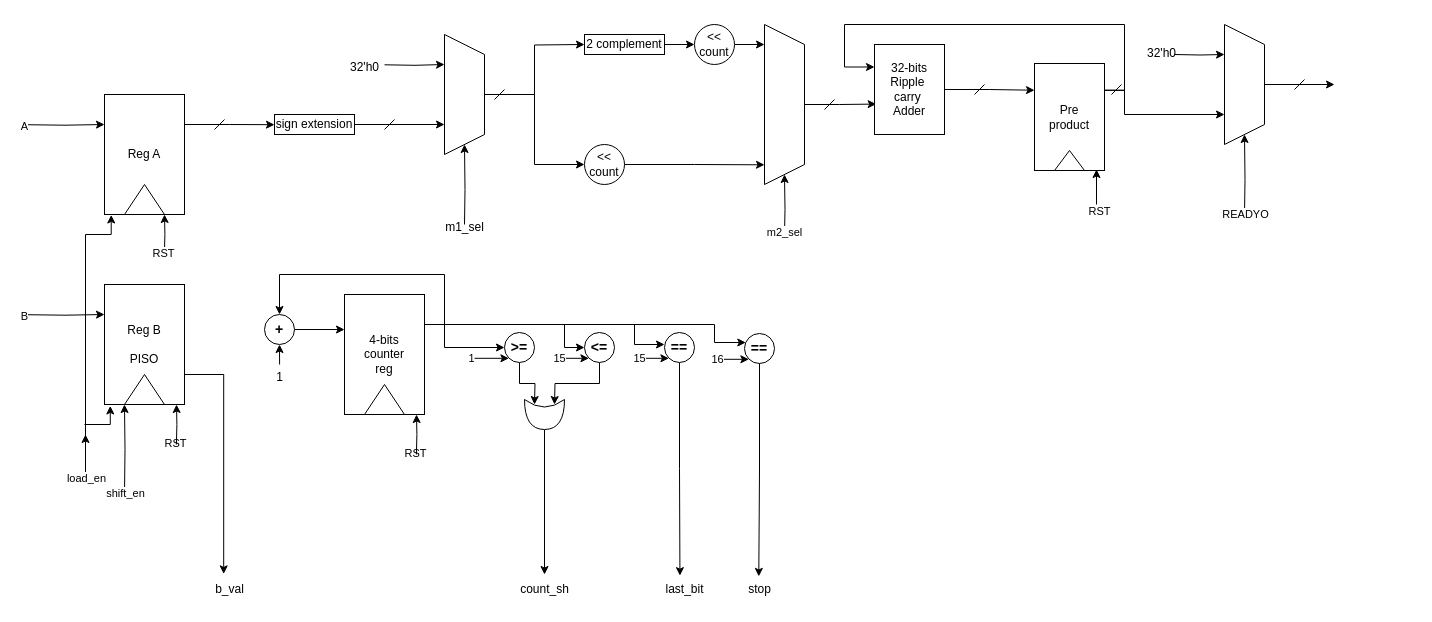
Before: page "data-path" (2 of 3) of Moazzam/doc/Untitled Diagram.drawio in medsuet/Xcelerium-IC-Design-Training, a draw.io diagram. Source tidied: cells renumbered, new cells numbered last; positions are measured from the earlier drawing's top-left corner, leaving out a move shared by most shapes. Both pictures are drawn from the tidied source at 100%, with x=0, y=0 at pixel (24, 24).
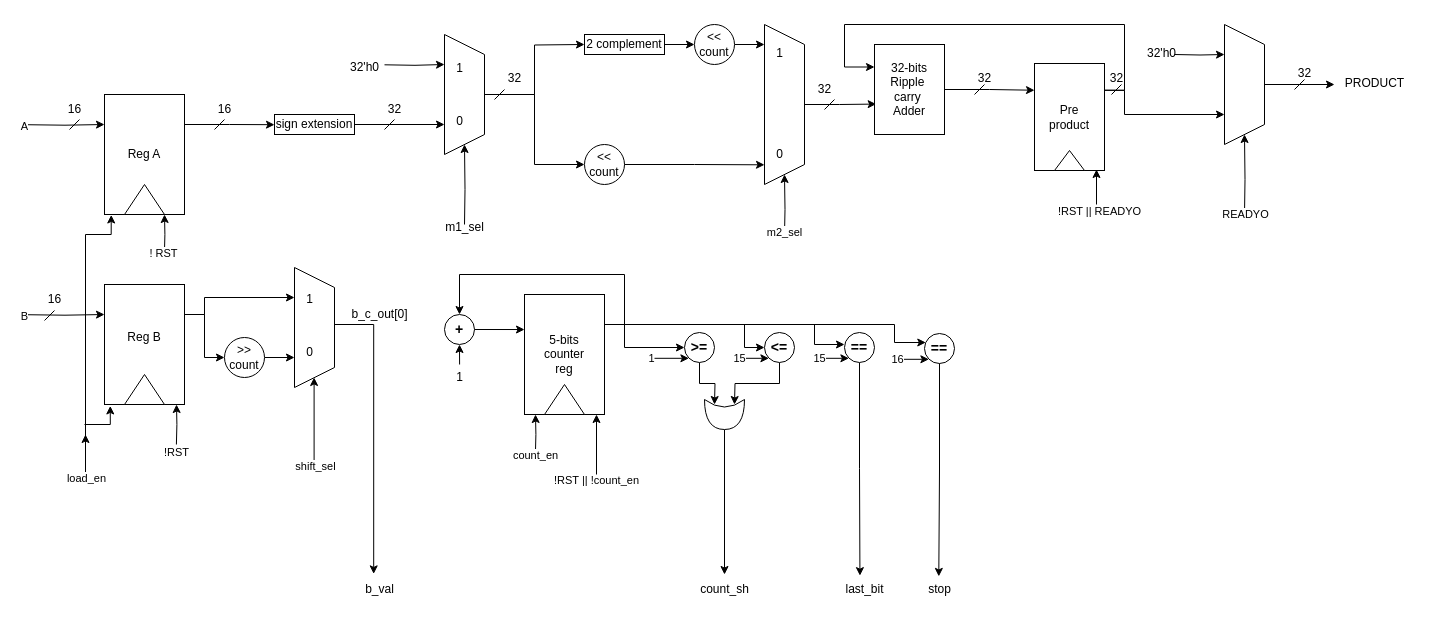
After the change.

Unchanged cells that the change refers to:
```xml
<mxCell id="84" style="endArrow=classic;html=1;rounded=0;" parent="1" edge="1">
  <mxGeometry relative="1" as="geometry">
    <mxPoint x="61" y="450" as="sourcePoint" />
    <mxPoint x="61" y="410" as="targetPoint" />
  </mxGeometry>
</mxCell>
```

The edit, as a diff of the source:
```diff
@@
-    <mxCell id="8" style="edgeStyle=orthogonalEdgeStyle;rounded=0;jettySize=auto;html=1;exitX=1;exitY=0.75;exitDx=0;exitDy=0;entryX=0.384;entryY=-0.02;entryDx=0;entryDy=0;entryPerimeter=0;" parent="1" edge="1" source="11" target="83">
-      <mxGeometry relative="1" as="geometry" />
+    <mxCell id="8" style="edgeStyle=orthogonalEdgeStyle;rounded=0;jettySize=auto;html=1;entryX=0.384;entryY=-0.02;entryDx=0;entryDy=0;entryPerimeter=0;exitX=0.5;exitY=0;exitDx=0;exitDy=0;" parent="1" edge="1" source="103" target="83">
+      <mxGeometry relative="1" as="geometry">
+        <Array as="points">
+          <mxPoint x="310" y="300" />
+          <mxPoint x="350" y="300" />
+          <mxPoint x="350" y="549" />
+        </Array>
+      </mxGeometry>
     </mxCell>
@@
-    <mxCell id="10" style="edgeStyle=orthogonalEdgeStyle;rounded=0;jettySize=auto;html=1;entryX=0.25;entryY=1;entryDx=0;entryDy=0;" parent="1" edge="1" target="11">
+    <mxCell id="10" style="edgeStyle=orthogonalEdgeStyle;rounded=0;orthogonalLoop=1;jettySize=auto;html=1;entryX=0.25;entryY=1;entryDx=0;entryDy=0;" parent="1" edge="1">
       <mxGeometry relative="1" as="geometry">
-        <mxPoint x="100" y="470" as="sourcePoint" />
+        <mxPoint x="289.6" y="443" as="sourcePoint" />
+        <mxPoint x="289.6" y="353" as="targetPoint" />
       </mxGeometry>
     </mxCell>
+    <mxCell id="97" style="edgeStyle=orthogonalEdgeStyle;rounded=0;jettySize=auto;html=1;exitX=1;exitY=0.25;exitDx=0;exitDy=0;entryX=0;entryY=0.5;entryDx=0;entryDy=0;" parent="1" edge="1" source="11" target="102">
+      <mxGeometry relative="1" as="geometry" />
+    </mxCell>
+    <mxCell id="98" style="edgeStyle=orthogonalEdgeStyle;rounded=0;jettySize=auto;html=1;exitX=1;exitY=0.25;exitDx=0;exitDy=0;entryX=0.25;entryY=1;entryDx=0;entryDy=0;" parent="1" edge="1" source="11" target="103">
+      <mxGeometry relative="1" as="geometry">
+        <Array as="points">
+          <mxPoint x="180" y="290" />
+          <mxPoint x="180" y="273" />
+        </Array>
+      </mxGeometry>
+    </mxCell>
-    <mxCell id="11" value="Reg B&lt;div&gt;&lt;br&gt;&lt;/div&gt;&lt;div&gt;PISO&lt;/div&gt;" style="rounded=0;whiteSpace=wrap;html=1;" parent="1" vertex="1">
+    <mxCell id="11" value="Reg B&lt;div&gt;&lt;br&gt;&lt;/div&gt;" style="rounded=0;whiteSpace=wrap;html=1;" parent="1" vertex="1">
       <mxGeometry x="80" y="260" width="80" height="120" as="geometry" />
     </mxCell>
@@
     <mxCell id="40" style="edgeStyle=orthogonalEdgeStyle;rounded=0;jettySize=auto;html=1;exitX=1;exitY=0.25;exitDx=0;exitDy=0;entryX=0.5;entryY=0;entryDx=0;entryDy=0;" parent="1" edge="1" source="44" target="46">
       <mxGeometry relative="1" as="geometry">
         <Array as="points">
-          <mxPoint x="420" y="300" />
-          <mxPoint x="420" y="250" />
-          <mxPoint x="255" y="250" />
+          <mxPoint x="600" y="300" />
+          <mxPoint x="600" y="250" />
+          <mxPoint x="435" y="250" />
         </Array>
       </mxGeometry>
     </mxCell>
     <mxCell id="41" style="edgeStyle=orthogonalEdgeStyle;rounded=0;jettySize=auto;html=1;exitX=1;exitY=0.25;exitDx=0;exitDy=0;entryX=0;entryY=0.5;entryDx=0;entryDy=0;" parent="1" edge="1" source="44" target="51">
       <mxGeometry relative="1" as="geometry">
         <Array as="points">
-          <mxPoint x="540" y="300" />
-          <mxPoint x="540" y="323" />
+          <mxPoint x="720" y="300" />
+          <mxPoint x="720" y="323" />
         </Array>
       </mxGeometry>
     </mxCell>
     <mxCell id="42" style="edgeStyle=orthogonalEdgeStyle;rounded=0;jettySize=auto;html=1;exitX=1;exitY=0.25;exitDx=0;exitDy=0;entryX=0;entryY=0.5;entryDx=0;entryDy=0;" parent="1" edge="1" source="44" target="68">
       <mxGeometry relative="1" as="geometry">
         <Array as="points">
-          <mxPoint x="420" y="300" />
-          <mxPoint x="420" y="323" />
+          <mxPoint x="600" y="300" />
+          <mxPoint x="600" y="323" />
         </Array>
       </mxGeometry>
     </mxCell>
     <mxCell id="43" style="edgeStyle=orthogonalEdgeStyle;rounded=0;jettySize=auto;html=1;exitX=1;exitY=0.25;exitDx=0;exitDy=0;" parent="1" edge="1" source="44">
       <mxGeometry relative="1" as="geometry">
-        <mxPoint x="640" y="320" as="targetPoint" />
+        <mxPoint x="820" y="320" as="targetPoint" />
         <Array as="points">
-          <mxPoint x="610" y="300" />
-          <mxPoint x="610" y="320" />
+          <mxPoint x="790" y="300" />
+          <mxPoint x="790" y="320" />
         </Array>
       </mxGeometry>
     </mxCell>
+    <mxCell id="99" style="edgeStyle=orthogonalEdgeStyle;rounded=0;orthogonalLoop=1;jettySize=auto;html=1;exitX=0.25;exitY=1;exitDx=0;exitDy=0;entryX=0.25;entryY=1;entryDx=0;entryDy=0;" parent="1" edge="1">
+      <mxGeometry relative="1" as="geometry">
+        <mxPoint x="510.9" y="430" as="sourcePoint" />
+        <mxPoint x="511" y="390" as="targetPoint" />
+      </mxGeometry>
+    </mxCell>
-    <mxCell id="44" value="4-bits&lt;div&gt;counter&lt;/div&gt;&lt;div&gt;reg&lt;/div&gt;" style="rounded=0;whiteSpace=wrap;html=1;" parent="1" vertex="1">
-      <mxGeometry x="320" y="270" width="80" height="120" as="geometry" />
+    <mxCell id="44" value="5-bits&lt;div&gt;counter&lt;/div&gt;&lt;div&gt;reg&lt;/div&gt;" style="rounded=0;whiteSpace=wrap;html=1;" parent="1" vertex="1">
+      <mxGeometry x="500" y="270" width="80" height="120" as="geometry" />
     </mxCell>
     <mxCell id="45" style="edgeStyle=orthogonalEdgeStyle;rounded=0;jettySize=auto;html=1;exitX=0.5;exitY=1;exitDx=0;exitDy=0;entryX=0.5;entryY=1;entryDx=0;entryDy=0;" parent="1" edge="1" target="46">
       <mxGeometry relative="1" as="geometry">
-        <mxPoint x="255.1" y="340" as="sourcePoint" />
+        <mxPoint x="435.1" y="340" as="sourcePoint" />
       </mxGeometry>
     </mxCell>
     <mxCell id="46" value="&lt;font style=&quot;font-size: 14px;&quot;&gt;&lt;b&gt;+&lt;/b&gt;&lt;/font&gt;" style="ellipse;whiteSpace=wrap;html=1;" parent="1" vertex="1">
-      <mxGeometry x="240" y="290" width="30" height="30" as="geometry" />
+      <mxGeometry x="420" y="290" width="30" height="30" as="geometry" />
     </mxCell>
@@
     <mxCell id="48" value="1" style="text;html=1;align=center;verticalAlign=middle;strokeColor=none;fillColor=none;" parent="1" vertex="1">
-      <mxGeometry x="240" y="338" width="30" height="30" as="geometry" />
+      <mxGeometry x="420" y="338" width="30" height="30" as="geometry" />
     </mxCell>
     <mxCell id="49" style="edgeStyle=orthogonalEdgeStyle;rounded=0;jettySize=auto;html=1;exitX=0;exitY=1;exitDx=0;exitDy=0;entryX=0;entryY=1;entryDx=0;entryDy=0;" parent="1" edge="1" target="51">
       <mxGeometry relative="1" as="geometry">
-        <mxPoint x="530" y="333.8" as="sourcePoint" />
+        <mxPoint x="710" y="333.8" as="sourcePoint" />
       </mxGeometry>
     </mxCell>
     <mxCell id="50" style="edgeStyle=orthogonalEdgeStyle;rounded=0;jettySize=auto;html=1;exitX=0.5;exitY=1;exitDx=0;exitDy=0;" parent="1" edge="1" source="51">
       <mxGeometry relative="1" as="geometry">
-        <mxPoint x="530" y="380" as="targetPoint" />
+        <mxPoint x="710" y="380" as="targetPoint" />
       </mxGeometry>
     </mxCell>
     <mxCell id="51" value="&lt;font style=&quot;font-size: 14px;&quot;&gt;&lt;b&gt;&amp;lt;=&lt;/b&gt;&lt;/font&gt;" style="ellipse;whiteSpace=wrap;html=1;" parent="1" vertex="1">
-      <mxGeometry x="560" y="308" width="30" height="30" as="geometry" />
+      <mxGeometry x="740" y="308" width="30" height="30" as="geometry" />
     </mxCell>
     <mxCell id="52" value="15" style="edgeLabel;html=1;align=center;verticalAlign=middle;" parent="1" vertex="1">
-      <mxGeometry x="534" y="333" as="geometry" />
+      <mxGeometry x="714" y="333" as="geometry" />
     </mxCell>
     <mxCell id="53" value="1" style="edgeLabel;html=1;align=center;verticalAlign=middle;" parent="1" vertex="1">
-      <mxGeometry x="444" y="335" as="geometry">
+      <mxGeometry x="624" y="335" as="geometry">
         <mxPoint x="2" y="-2" as="offset" />
       </mxGeometry>
     </mxCell>
@@
     <mxCell id="63" style="triangle;whiteSpace=wrap;html=1;direction=north;" parent="1" vertex="1">
-      <mxGeometry x="340" y="360" width="40" height="30" as="geometry" />
+      <mxGeometry x="520" y="360" width="40" height="30" as="geometry" />
     </mxCell>
@@
     <mxCell id="66" style="edgeStyle=orthogonalEdgeStyle;rounded=0;jettySize=auto;html=1;exitX=0;exitY=1;exitDx=0;exitDy=0;entryX=0;entryY=1;entryDx=0;entryDy=0;" parent="1" edge="1" target="68">
       <mxGeometry relative="1" as="geometry">
-        <mxPoint x="450" y="333.8" as="sourcePoint" />
+        <mxPoint x="630" y="333.8" as="sourcePoint" />
       </mxGeometry>
     </mxCell>
     <mxCell id="67" style="edgeStyle=orthogonalEdgeStyle;rounded=0;jettySize=auto;html=1;exitX=0.5;exitY=1;exitDx=0;exitDy=0;" parent="1" edge="1" source="68">
       <mxGeometry relative="1" as="geometry">
-        <mxPoint x="510" y="380" as="targetPoint" />
+        <mxPoint x="690" y="380" as="targetPoint" />
       </mxGeometry>
     </mxCell>
     <mxCell id="68" value="&lt;font style=&quot;font-size: 14px;&quot;&gt;&lt;b&gt;&amp;gt;=&lt;/b&gt;&lt;/font&gt;" style="ellipse;whiteSpace=wrap;html=1;" parent="1" vertex="1">
-      <mxGeometry x="480" y="308" width="30" height="30" as="geometry" />
+      <mxGeometry x="660" y="308" width="30" height="30" as="geometry" />
     </mxCell>
@@
     <mxCell id="70" style="shape=xor;whiteSpace=wrap;html=1;direction=south;" parent="1" vertex="1">
-      <mxGeometry x="500" y="375" width="40" height="30" as="geometry" />
+      <mxGeometry x="680" y="375" width="40" height="30" as="geometry" />
     </mxCell>
     <mxCell id="71" value="count_sh" style="text;html=1;align=center;verticalAlign=middle;points=[];strokeColor=none;fillColor=none;" parent="1" vertex="1">
-      <mxGeometry x="485" y="550" width="70" height="30" as="geometry" />
+      <mxGeometry x="665" y="550" width="70" height="30" as="geometry" />
     </mxCell>
     <mxCell id="72" style="edgeStyle=orthogonalEdgeStyle;rounded=0;jettySize=auto;html=1;exitX=0;exitY=1;exitDx=0;exitDy=0;entryX=0;entryY=1;entryDx=0;entryDy=0;" parent="1" edge="1" target="74">
       <mxGeometry relative="1" as="geometry">
-        <mxPoint x="610" y="333.8" as="sourcePoint" />
+        <mxPoint x="790" y="333.8" as="sourcePoint" />
       </mxGeometry>
     </mxCell>
@@
     <mxCell id="74" value="&lt;font style=&quot;font-size: 14px;&quot;&gt;&lt;b&gt;==&lt;/b&gt;&lt;/font&gt;" style="ellipse;whiteSpace=wrap;html=1;" parent="1" vertex="1">
-      <mxGeometry x="640" y="308" width="30" height="30" as="geometry" />
+      <mxGeometry x="820" y="308" width="30" height="30" as="geometry" />
     </mxCell>
     <mxCell id="75" value="15" style="edgeLabel;html=1;align=center;verticalAlign=middle;" parent="1" vertex="1">
-      <mxGeometry x="614" y="333" as="geometry" />
+      <mxGeometry x="794" y="333" as="geometry" />
     </mxCell>
     <mxCell id="76" value="last_bit" style="text;html=1;align=center;verticalAlign=middle;points=[];strokeColor=none;fillColor=none;" parent="1" vertex="1">
-      <mxGeometry x="630" y="550" width="60" height="30" as="geometry" />
+      <mxGeometry x="810" y="550" width="60" height="30" as="geometry" />
     </mxCell>
     <mxCell id="77" value="&lt;font style=&quot;font-size: 14px;&quot;&gt;&lt;b&gt;==&lt;/b&gt;&lt;/font&gt;" style="ellipse;whiteSpace=wrap;html=1;" parent="1" vertex="1">
-      <mxGeometry x="720" y="309" width="30" height="30" as="geometry" />
+      <mxGeometry x="900" y="309" width="30" height="30" as="geometry" />
     </mxCell>
@@
     <mxCell id="79" style="edgeStyle=orthogonalEdgeStyle;rounded=0;jettySize=auto;html=1;exitX=0;exitY=1;exitDx=0;exitDy=0;entryX=0;entryY=1;entryDx=0;entryDy=0;" parent="1" edge="1" target="77">
       <mxGeometry relative="1" as="geometry">
-        <mxPoint x="690" y="334.8" as="sourcePoint" />
+        <mxPoint x="870" y="334.8" as="sourcePoint" />
       </mxGeometry>
     </mxCell>
     <mxCell id="80" style="edgeStyle=orthogonalEdgeStyle;rounded=0;jettySize=auto;html=1;exitX=1;exitY=0.25;exitDx=0;exitDy=0;entryX=0.043;entryY=0.3;entryDx=0;entryDy=0;entryPerimeter=0;" parent="1" edge="1" source="44" target="77">
       <mxGeometry relative="1" as="geometry">
         <Array as="points">
-          <mxPoint x="690" y="300" />
-          <mxPoint x="690" y="318" />
+          <mxPoint x="870" y="300" />
+          <mxPoint x="870" y="318" />
         </Array>
       </mxGeometry>
     </mxCell>
     <mxCell id="81" value="16" style="edgeLabel;html=1;align=center;verticalAlign=middle;" parent="1" vertex="1">
-      <mxGeometry x="690" y="335" as="geometry">
+      <mxGeometry x="870" y="335" as="geometry">
         <mxPoint x="2" y="-1" as="offset" />
       </mxGeometry>
     </mxCell>
     <mxCell id="82" value="stop" style="text;html=1;align=center;verticalAlign=middle;points=[];strokeColor=none;fillColor=none;" parent="1" vertex="1">
-      <mxGeometry x="710" y="550" width="50" height="30" as="geometry" />
+      <mxGeometry x="890" y="550" width="50" height="30" as="geometry" />
     </mxCell>
     <mxCell id="83" value="b_val" style="text;html=1;align=center;verticalAlign=middle;points=[];strokeColor=none;fillColor=none;" parent="1" vertex="1">
-      <mxGeometry x="180" y="550" width="50" height="30" as="geometry" />
+      <mxGeometry x="330" y="550" width="50" height="30" as="geometry" />
     </mxCell>
@@
-    <mxCell id="86" value="shift_en" style="edgeLabel;html=1;align=center;verticalAlign=middle;" parent="84" vertex="1">
+    <mxCell id="86" value="shift_sel" style="edgeLabel;html=1;align=center;verticalAlign=middle;" parent="84" vertex="1">
       <mxGeometry relative="1" as="geometry">
-        <mxPoint x="39" y="38" as="offset" />
+        <mxPoint x="229" y="11" as="offset" />
       </mxGeometry>
     </mxCell>
-    <mxCell id="87" value="RST" style="edgeLabel;html=1;align=center;verticalAlign=middle;" parent="84" vertex="1">
+    <mxCell id="87" value="! RST" style="edgeLabel;html=1;align=center;verticalAlign=middle;" parent="84" vertex="1">
       <mxGeometry relative="1" as="geometry">
         <mxPoint x="77" y="-202" as="offset" />
       </mxGeometry>
     </mxCell>
-    <mxCell id="88" value="RST" style="edgeLabel;html=1;align=center;verticalAlign=middle;" parent="84" vertex="1">
+    <mxCell id="88" value="!RST" style="edgeLabel;html=1;align=center;verticalAlign=middle;" parent="84" vertex="1">
       <mxGeometry relative="1" as="geometry">
-        <mxPoint x="89" y="-12" as="offset" />
+        <mxPoint x="90" y="-3" as="offset" />
       </mxGeometry>
     </mxCell>
-    <mxCell id="89" value="RST" style="edgeLabel;html=1;align=center;verticalAlign=middle;" parent="84" vertex="1">
+    <mxCell id="89" value="!RST || !count_en" style="edgeLabel;html=1;align=center;verticalAlign=middle;" parent="84" vertex="1">
       <mxGeometry relative="1" as="geometry">
-        <mxPoint x="329" y="-2" as="offset" />
+        <mxPoint x="510" y="25" as="offset" />
       </mxGeometry>
     </mxCell>
-    <mxCell id="90" value="RST" style="edgeLabel;html=1;align=center;verticalAlign=middle;" parent="84" vertex="1">
+    <mxCell id="90" value="!RST || READYO" style="edgeLabel;html=1;align=center;verticalAlign=middle;" parent="84" vertex="1">
       <mxGeometry relative="1" as="geometry">
         <mxPoint x="1013" y="-244" as="offset" />
       </mxGeometry>
     </mxCell>
+    <mxCell id="100" value="count_en" style="edgeLabel;html=1;align=center;verticalAlign=middle;" parent="84" vertex="1">
+      <mxGeometry relative="1" as="geometry">
+        <mxPoint x="449" as="offset" />
+      </mxGeometry>
+    </mxCell>
@@
-    <mxCell id="92" style="edgeStyle=orthogonalEdgeStyle;rounded=0;orthogonalLoop=1;jettySize=auto;html=1;exitX=0.75;exitY=1;exitDx=0;exitDy=0;entryX=0.75;entryY=1;entryDx=0;entryDy=0;" parent="1" edge="1">
+    <mxCell id="92" style="edgeStyle=orthogonalEdgeStyle;rounded=0;orthogonalLoop=1;jettySize=auto;html=1;entryX=0.75;entryY=1;entryDx=0;entryDy=0;" parent="1" edge="1">
       <mxGeometry relative="1" as="geometry">
-        <mxPoint x="391.9" y="430" as="sourcePoint" />
-        <mxPoint x="392" y="390" as="targetPoint" />
+        <mxPoint x="572" y="450" as="sourcePoint" />
+        <mxPoint x="572" y="390" as="targetPoint" />
       </mxGeometry>
     </mxCell>
@@
+    <mxCell id="101" style="edgeStyle=orthogonalEdgeStyle;rounded=0;jettySize=auto;html=1;exitX=1;exitY=0.5;exitDx=0;exitDy=0;entryX=0.75;entryY=1;entryDx=0;entryDy=0;" parent="1" edge="1" source="102" target="103">
+      <mxGeometry relative="1" as="geometry" />
+    </mxCell>
+    <mxCell id="102" value="&amp;gt;&amp;gt; count" style="ellipse;whiteSpace=wrap;html=1;" parent="1" vertex="1">
+      <mxGeometry x="200" y="313" width="40" height="40" as="geometry" />
+    </mxCell>
+    <mxCell id="103" style="shape=trapezoid;perimeter=trapezoidPerimeter;whiteSpace=wrap;html=1;fixedSize=1;direction=south;" parent="1" vertex="1">
+      <mxGeometry x="270" y="243" width="40" height="120" as="geometry" />
+    </mxCell>
+    <mxCell id="104" value="b_c_out[0]" style="text;html=1;align=center;verticalAlign=middle;strokeColor=none;fillColor=none;" parent="1" vertex="1">
+      <mxGeometry x="315" y="275" width="80" height="30" as="geometry" />
+    </mxCell>
+    <mxCell id="105" value="1" style="text;html=1;align=center;verticalAlign=middle;strokeColor=none;fillColor=none;" parent="1" vertex="1">
+      <mxGeometry x="270" y="260" width="30" height="30" as="geometry" />
+    </mxCell>
+    <mxCell id="106" value="0" style="text;html=1;align=center;verticalAlign=middle;strokeColor=none;fillColor=none;" parent="1" vertex="1">
+      <mxGeometry x="270" y="313" width="30" height="30" as="geometry" />
+    </mxCell>
+    <mxCell id="107" value="1" style="text;html=1;align=center;verticalAlign=middle;strokeColor=none;fillColor=none;" parent="1" vertex="1">
+      <mxGeometry x="420" y="28.5" width="30" height="30" as="geometry" />
+    </mxCell>
+    <mxCell id="108" value="0" style="text;html=1;align=center;verticalAlign=middle;strokeColor=none;fillColor=none;" parent="1" vertex="1">
+      <mxGeometry x="420" y="81.5" width="30" height="30" as="geometry" />
+    </mxCell>
+    <mxCell id="109" value="1" style="text;html=1;align=center;verticalAlign=middle;strokeColor=none;fillColor=none;" parent="1" vertex="1">
+      <mxGeometry x="740" y="14" width="30" height="30" as="geometry" />
+    </mxCell>
+    <mxCell id="110" value="0" style="text;html=1;align=center;verticalAlign=middle;strokeColor=none;fillColor=none;" parent="1" vertex="1">
+      <mxGeometry x="740" y="115" width="30" height="30" as="geometry" />
+    </mxCell>
+    <mxCell id="111" value="16" style="text;html=1;align=center;verticalAlign=middle;strokeColor=none;fillColor=none;" parent="1" vertex="1">
+      <mxGeometry x="180" y="70" width="40" height="30" as="geometry" />
+    </mxCell>
+    <mxCell id="112" value="16" style="text;html=1;align=center;verticalAlign=middle;strokeColor=none;fillColor=none;" parent="1" vertex="1">
+      <mxGeometry x="30" y="70" width="40" height="30" as="geometry" />
+    </mxCell>
+    <mxCell id="113" value="32" style="text;html=1;align=center;verticalAlign=middle;strokeColor=none;fillColor=none;" parent="1" vertex="1">
+      <mxGeometry x="470" y="39" width="40" height="30" as="geometry" />
+    </mxCell>
+    <mxCell id="114" value="32" style="text;html=1;align=center;verticalAlign=middle;strokeColor=none;fillColor=none;" parent="1" vertex="1">
+      <mxGeometry x="350" y="70" width="40" height="30" as="geometry" />
+    </mxCell>
+    <mxCell id="115" value="32" style="text;html=1;align=center;verticalAlign=middle;strokeColor=none;fillColor=none;" parent="1" vertex="1">
+      <mxGeometry x="780" y="50" width="40" height="30" as="geometry" />
+    </mxCell>
+    <mxCell id="116" value="32" style="text;html=1;align=center;verticalAlign=middle;strokeColor=none;fillColor=none;" parent="1" vertex="1">
+      <mxGeometry x="940" y="39" width="40" height="30" as="geometry" />
+    </mxCell>
+    <mxCell id="117" value="32" style="text;html=1;align=center;verticalAlign=middle;strokeColor=none;fillColor=none;" parent="1" vertex="1">
+      <mxGeometry x="1072" y="39" width="40" height="30" as="geometry" />
+    </mxCell>
+    <mxCell id="118" value="32" style="text;html=1;align=center;verticalAlign=middle;strokeColor=none;fillColor=none;" parent="1" vertex="1">
+      <mxGeometry x="1260" y="34" width="40" height="30" as="geometry" />
+    </mxCell>
+    <mxCell id="119" value="PRODUCT" style="text;html=1;align=center;verticalAlign=middle;strokeColor=none;fillColor=none;" parent="1" vertex="1">
+      <mxGeometry x="1310" y="44" width="80" height="30" as="geometry" />
+    </mxCell>
+    <mxCell id="120" style="endArrow=none;html=1;rounded=0;" parent="1" edge="1">
+      <mxGeometry relative="1" as="geometry">
+        <mxPoint x="20" y="296" as="sourcePoint" />
+        <mxPoint x="30" y="286" as="targetPoint" />
+      </mxGeometry>
+    </mxCell>
+    <mxCell id="121" style="endArrow=none;html=1;rounded=0;" parent="1" edge="1">
+      <mxGeometry relative="1" as="geometry">
+        <mxPoint x="45" y="105" as="sourcePoint" />
+        <mxPoint x="55" y="95" as="targetPoint" />
+      </mxGeometry>
+    </mxCell>
+    <mxCell id="122" value="16" style="text;html=1;align=center;verticalAlign=middle;strokeColor=none;fillColor=none;" parent="1" vertex="1">
+      <mxGeometry x="10" y="260" width="40" height="30" as="geometry" />
+    </mxCell>
```
